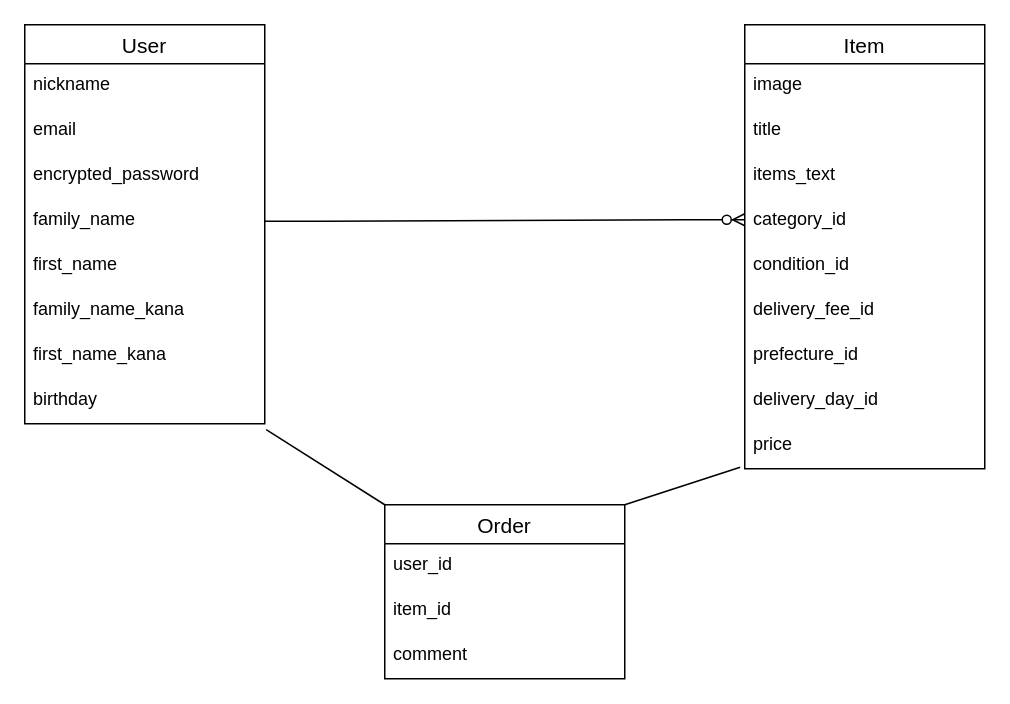
Before: furima.dio in tomo1123/furima-39631, a draw.io diagram. Source tidied: cells renumbered, new cells numbered last; positions are measured from the earlier drawing's top-left corner, leaving out a move shared by most shapes. Both pictures are drawn from the tidied source at 150%, with x=0, y=0 at pixel (24, 24).
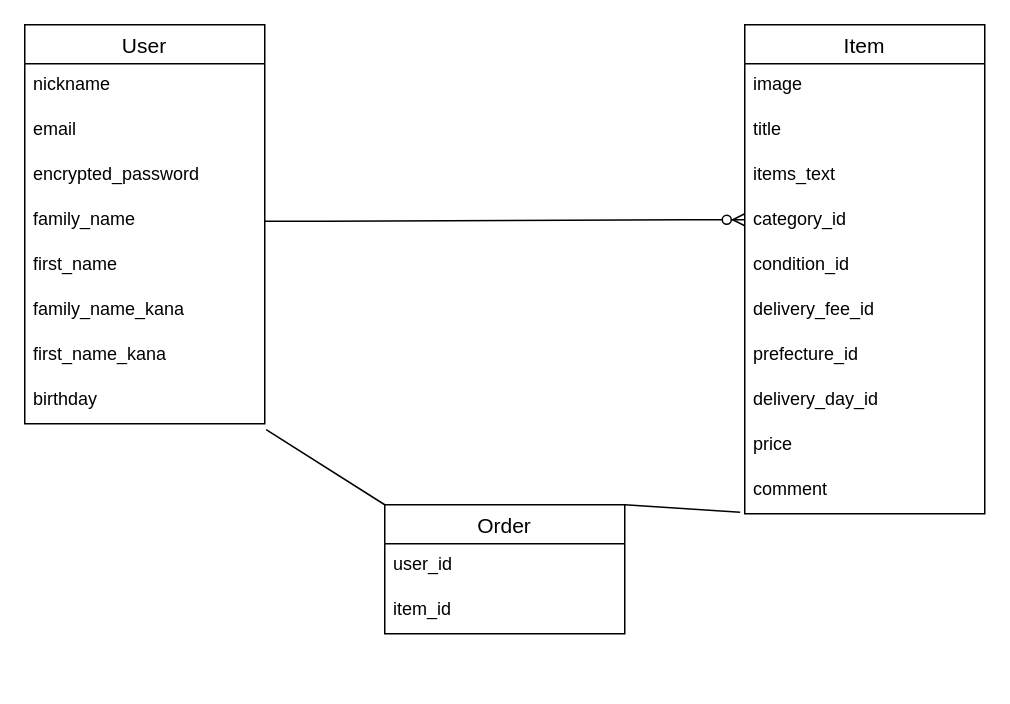
Above is the later version.

Commit message (it also covers changes not shown here):
ER図、テーブル設計修正

The change refers to these unchanged cells:
```xml
<mxCell id="20" value="price" style="text;strokeColor=none;fillColor=none;spacingLeft=4;spacingRight=4;overflow=hidden;points=[[0,0.5],[1,0.5]];portConstraint=eastwest;fontSize=12;" parent="11" vertex="1">
  <mxGeometry y="266" width="160" height="30" as="geometry" />
</mxCell>
```

Diff of the diagram source:
```diff
@@
     <mxCell id="11" value="Item" style="swimlane;fontStyle=0;horizontal=1;startSize=26;align=center;fontSize=14;" parent="1" vertex="1">
-      <mxGeometry x="480" width="160" height="296" as="geometry" />
+      <mxGeometry x="480" width="160" height="326" as="geometry" />
     </mxCell>
@@
+    <mxCell id="24" value="comment" style="text;strokeColor=none;fillColor=none;spacingLeft=4;spacingRight=4;overflow=hidden;points=[[0,0.5],[1,0.5]];portConstraint=eastwest;fontSize=12;" parent="11" vertex="1">
+      <mxGeometry y="296" width="160" height="30" as="geometry" />
+    </mxCell>
     <mxCell id="21" value="Order" style="swimlane;fontStyle=0;horizontal=1;startSize=26;align=center;fontSize=14;" parent="1" vertex="1">
-      <mxGeometry x="240" y="320" width="160" height="116" as="geometry" />
+      <mxGeometry x="240" y="320" width="160" height="86" as="geometry" />
     </mxCell>
@@
-    <mxCell id="24" value="comment" style="text;strokeColor=none;fillColor=none;spacingLeft=4;spacingRight=4;overflow=hidden;points=[[0,0.5],[1,0.5]];portConstraint=eastwest;fontSize=12;" parent="21" vertex="1">
-      <mxGeometry y="86" width="160" height="30" as="geometry" />
-    </mxCell>
@@
-    <mxCell id="27" style="endArrow=none;html=1;rounded=0;entryX=-0.019;entryY=0.967;entryDx=0;entryDy=0;exitX=1;exitY=0;exitDx=0;exitDy=0;entryPerimeter=0;" parent="1" edge="1" source="21" target="20">
+    <mxCell id="27" style="endArrow=none;html=1;rounded=0;entryX=-0.019;entryY=0.967;entryDx=0;entryDy=0;exitX=1;exitY=0;exitDx=0;exitDy=0;entryPerimeter=0;" parent="1" edge="1" source="21" target="24">
       <mxGeometry relative="1" as="geometry" />
     </mxCell>
```
